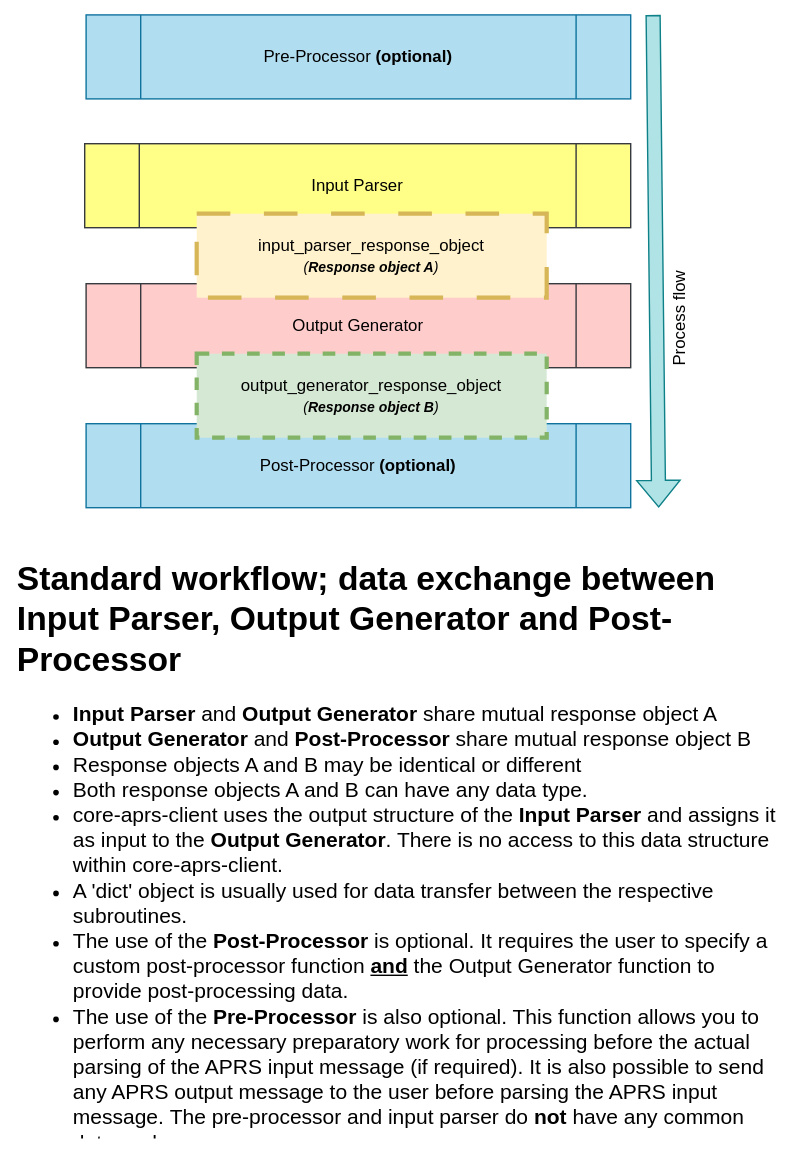
Earlier version of the draw.io export img/data_exchange.svg (joergschultzelutter/core-aprs-client). Source tidied: cells renumbered, new cells last; positions are measured from the earlier drawing's top-left corner, leaving out a move shared by most shapes.
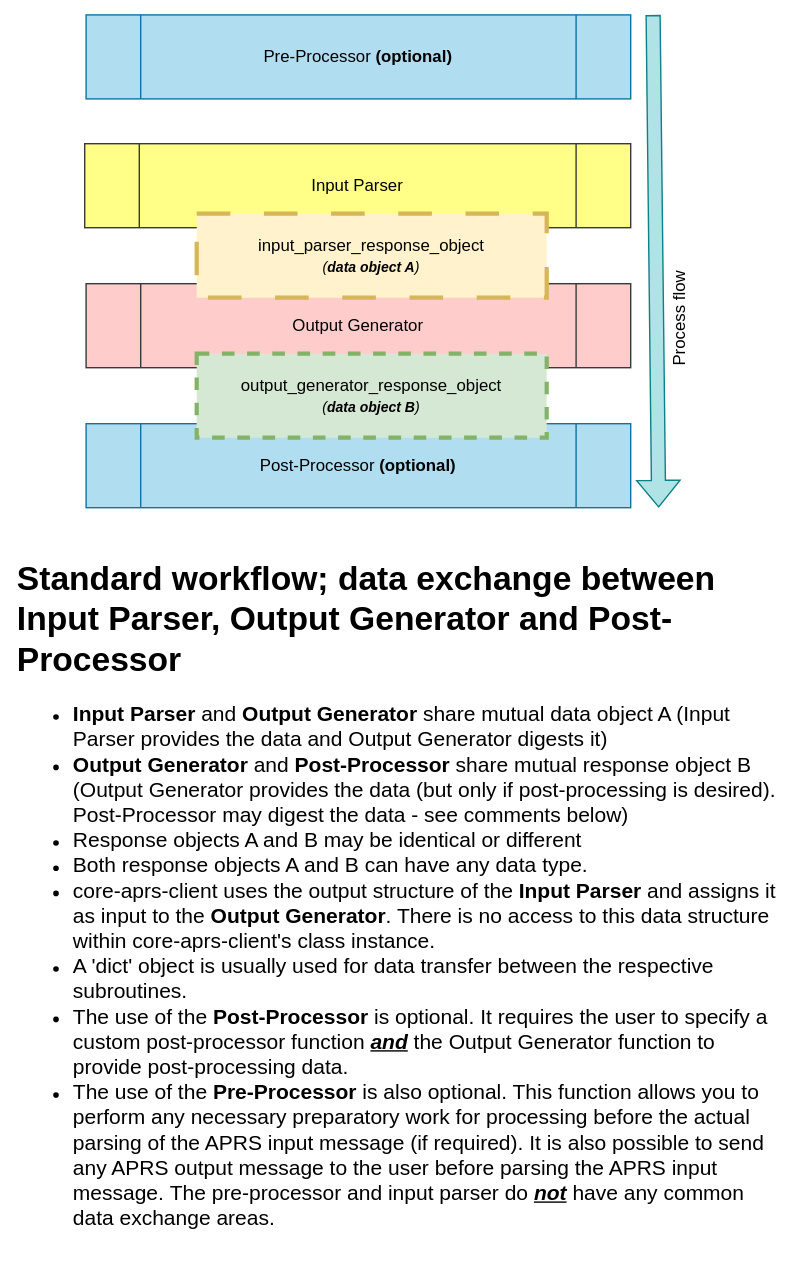
The same diagram one commit later.

Diff of the diagram source:
```diff
@@ -11,14 +11,14 @@
     <mxCell id="4" value="Output Generator" style="shape=process;whiteSpace=wrap;html=1;backgroundOutline=1;fillColor=#ffcccc;strokeColor=#36393d;fontColor=#000000;" parent="1" vertex="1">
       <mxGeometry x="51" y="192" width="389" height="60" as="geometry" />
     </mxCell>
-    <mxCell id="5" value="input_parser_response_object&lt;div&gt;&lt;i&gt;&lt;font style=&quot;font-size: 10px;&quot;&gt;(&lt;b&gt;Response object A&lt;/b&gt;)&lt;/font&gt;&lt;/i&gt;&lt;/div&gt;" style="rounded=0;whiteSpace=wrap;html=1;dashed=1;dashPattern=8 8;fillColor=#fff2cc;strokeColor=#d6b656;strokeWidth=3;fontColor=#000000;" parent="1" vertex="1">
+    <mxCell id="5" value="input_parser_response_object&lt;div&gt;&lt;i&gt;&lt;font style=&quot;font-size: 10px;&quot;&gt;(&lt;b&gt;data object A&lt;/b&gt;)&lt;/font&gt;&lt;/i&gt;&lt;/div&gt;" style="rounded=0;whiteSpace=wrap;html=1;dashed=1;dashPattern=8 8;fillColor=#fff2cc;strokeColor=#d6b656;strokeWidth=3;fontColor=#000000;" parent="1" vertex="1">
       <mxGeometry x="130" y="142" width="250" height="60" as="geometry" />
     </mxCell>
-    <mxCell id="6" value="output_generator_response_object&lt;div&gt;&lt;i&gt;&lt;font style=&quot;font-size: 10px;&quot;&gt;(&lt;b&gt;Response object B&lt;/b&gt;)&lt;/font&gt;&lt;/i&gt;&lt;/div&gt;" style="rounded=0;whiteSpace=wrap;html=1;dashed=1;fillColor=#d5e8d4;strokeColor=#82b366;strokeWidth=3;fontColor=#000000;" parent="1" vertex="1">
+    <mxCell id="6" value="output_generator_response_object&lt;div&gt;&lt;i&gt;&lt;font style=&quot;font-size: 10px;&quot;&gt;(&lt;b&gt;data object B&lt;/b&gt;)&lt;/font&gt;&lt;/i&gt;&lt;/div&gt;" style="rounded=0;whiteSpace=wrap;html=1;dashed=1;fillColor=#d5e8d4;strokeColor=#82b366;strokeWidth=3;fontColor=#000000;" parent="1" vertex="1">
       <mxGeometry x="130" y="242" width="250" height="60" as="geometry" />
     </mxCell>
-    <mxCell id="7" value="&lt;h1 style=&quot;margin-top: 0px;&quot;&gt;Standard workflow; data exchange between &lt;font face=&quot;Helvetica&quot;&gt;Input Parser, Output Generator and Post-Processor&lt;/font&gt;&lt;/h1&gt;&lt;p&gt;&lt;/p&gt;&lt;ul&gt;&lt;li&gt;&lt;font style=&quot;font-size: 15px;&quot;&gt;&lt;b style=&quot;&quot;&gt;Input Parser&lt;/b&gt; and &lt;b&gt;Output Generator&lt;/b&gt; share mutual response object A&lt;/font&gt;&lt;/li&gt;&lt;li&gt;&lt;font style=&quot;font-size: 15px;&quot;&gt;&lt;b&gt;Output Generator&lt;/b&gt; and &lt;b&gt;Post-Processor&lt;/b&gt; share mutual response object B&lt;/font&gt;&lt;/li&gt;&lt;li&gt;&lt;font style=&quot;font-size: 15px;&quot;&gt;Response objects A and B may be identical or different&lt;/font&gt;&lt;/li&gt;&lt;li&gt;&lt;font style=&quot;font-size: 15px;&quot;&gt;Both response objects A and B can have any data type.&amp;nbsp;&lt;/font&gt;&lt;/li&gt;&lt;li&gt;&lt;font style=&quot;&quot;&gt;&lt;span style=&quot;font-size: 15px;&quot;&gt;core-aprs-client uses the output structure of the &lt;b&gt;Input Parser&lt;/b&gt; and assigns it as input to the &lt;b&gt;Output Generator&lt;/b&gt;. There is no access to this data structure within core-aprs-client.&lt;/span&gt;&lt;/font&gt;&lt;/li&gt;&lt;li&gt;&lt;font style=&quot;font-size: 15px;&quot;&gt;A 'dict' object is usually used for data transfer between the respective subroutines.&lt;/font&gt;&lt;/li&gt;&lt;li&gt;&lt;font style=&quot;font-size: 15px;&quot;&gt;The use of the &lt;b&gt;Post-Processor&lt;/b&gt; is optional. It requires the user to specify a custom post-processor function &lt;b style=&quot;text-decoration-line: underline;&quot;&gt;and&lt;/b&gt; the Output Generator function to provide post-processing data.&lt;/font&gt;&lt;/li&gt;&lt;li&gt;&lt;font style=&quot;font-size: 15px;&quot;&gt;The use of the &lt;b&gt;Pre-Processor&lt;/b&gt; is also optional. This function allows you to perform any necessary preparatory work for processing before the actual parsing of the APRS input message (if required). It is also possible to send any APRS output message to the user before parsing the APRS input message.&amp;nbsp;The pre-processor and input parser do &lt;b&gt;not &lt;/b&gt;have any common data exchange areas.&lt;/font&gt;&lt;/li&gt;&lt;/ul&gt;&lt;p&gt;&lt;/p&gt;" style="text;html=1;whiteSpace=wrap;overflow=hidden;rounded=0;" parent="1" vertex="1">
-      <mxGeometry y="382" width="550" height="418" as="geometry" />
+    <mxCell id="7" value="&lt;h1 style=&quot;margin-top: 0px;&quot;&gt;Standard workflow; data exchange between &lt;font face=&quot;Helvetica&quot;&gt;Input Parser, Output Generator and Post-Processor&lt;/font&gt;&lt;/h1&gt;&lt;p&gt;&lt;/p&gt;&lt;ul&gt;&lt;li&gt;&lt;font style=&quot;font-size: 15px;&quot;&gt;&lt;b style=&quot;&quot;&gt;Input Parser&lt;/b&gt; and &lt;b&gt;Output Generator&lt;/b&gt; share mutual data object A (Input Parser provides the data and Output Generator digests it)&lt;/font&gt;&lt;/li&gt;&lt;li&gt;&lt;font style=&quot;font-size: 15px;&quot;&gt;&lt;b&gt;Output Generator&lt;/b&gt; and &lt;b&gt;Post-Processor&lt;/b&gt; share mutual response object B (Output Generator provides the data (but only if post-processing is desired). Post-Processor may digest the data - see comments below)&amp;nbsp;&lt;/font&gt;&lt;/li&gt;&lt;li&gt;&lt;font style=&quot;font-size: 15px;&quot;&gt;Response objects A and B may be identical or different&lt;/font&gt;&lt;/li&gt;&lt;li&gt;&lt;font style=&quot;font-size: 15px;&quot;&gt;Both response objects A and B can have any data type.&amp;nbsp;&lt;/font&gt;&lt;/li&gt;&lt;li&gt;&lt;font style=&quot;&quot;&gt;&lt;span style=&quot;font-size: 15px;&quot;&gt;core-aprs-client uses the output structure of the &lt;b&gt;Input Parser&lt;/b&gt; and assigns it as input to the &lt;b&gt;Output Generator&lt;/b&gt;. There is no access to this data structure within core-aprs-client's class instance.&lt;/span&gt;&lt;/font&gt;&lt;/li&gt;&lt;li&gt;&lt;font style=&quot;font-size: 15px;&quot;&gt;A 'dict' object is usually used for data transfer between the respective subroutines.&lt;/font&gt;&lt;/li&gt;&lt;li&gt;&lt;font style=&quot;font-size: 15px;&quot;&gt;The use of the &lt;b&gt;Post-Processor&lt;/b&gt; is optional. It requires the user to specify a custom post-processor function &lt;b style=&quot;text-decoration-line: underline;&quot;&gt;&lt;i&gt;and&lt;/i&gt;&lt;/b&gt; the Output Generator function to provide post-processing data.&lt;/font&gt;&lt;/li&gt;&lt;li&gt;&lt;font style=&quot;font-size: 15px;&quot;&gt;The use of the &lt;b&gt;Pre-Processor&lt;/b&gt; is also optional. This function allows you to perform any necessary preparatory work for processing before the actual parsing of the APRS input message (if required). It is also possible to send any APRS output message to the user before parsing the APRS input message.&amp;nbsp;The pre-processor and input parser do &lt;b&gt;&lt;u&gt;&lt;i&gt;not&lt;/i&gt;&lt;/u&gt; &lt;/b&gt;have any common data exchange areas.&lt;/font&gt;&lt;/li&gt;&lt;/ul&gt;&lt;p&gt;&lt;/p&gt;" style="text;html=1;whiteSpace=wrap;overflow=hidden;rounded=0;" parent="1" vertex="1">
+      <mxGeometry y="382" width="550" height="508" as="geometry" />
     </mxCell>
     <mxCell id="8" style="shape=flexArrow;endArrow=classic;html=1;rounded=0;fillColor=#b0e3e6;strokeColor=#0e8088;" parent="1" edge="1">
       <mxGeometry relative="1" as="geometry">
```
